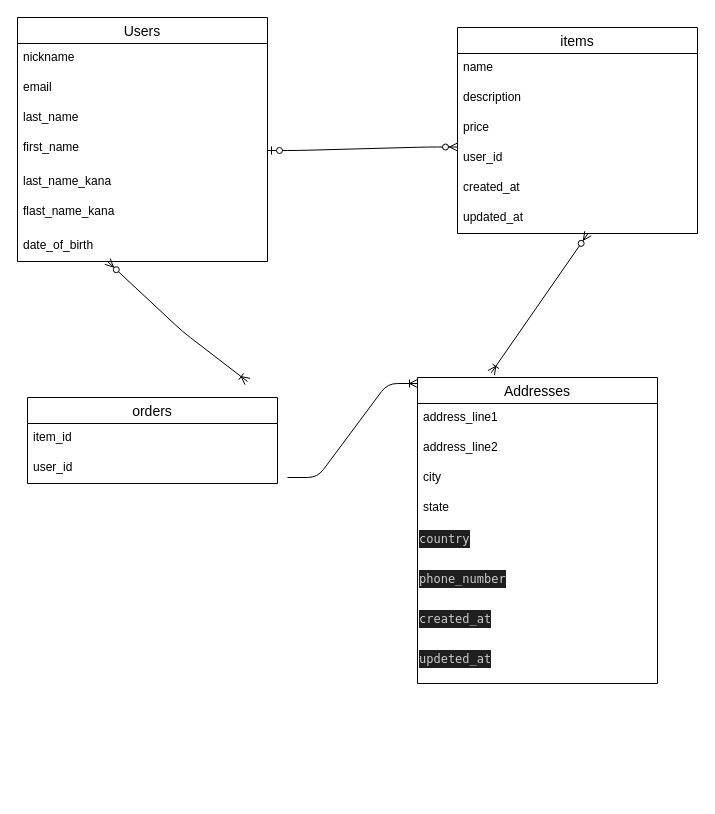
Before: page "ページ1" (1 of 2) of app/views/test.dio in asoy1206upi/furima-39647, a draw.io diagram. Source tidied: cells renumbered, new cells numbered last; positions are measured from the earlier drawing's top-left corner, leaving out a move shared by most shapes. Both pictures are drawn from the tidied source at 100%, with x=0, y=0 at pixel (17, 17).
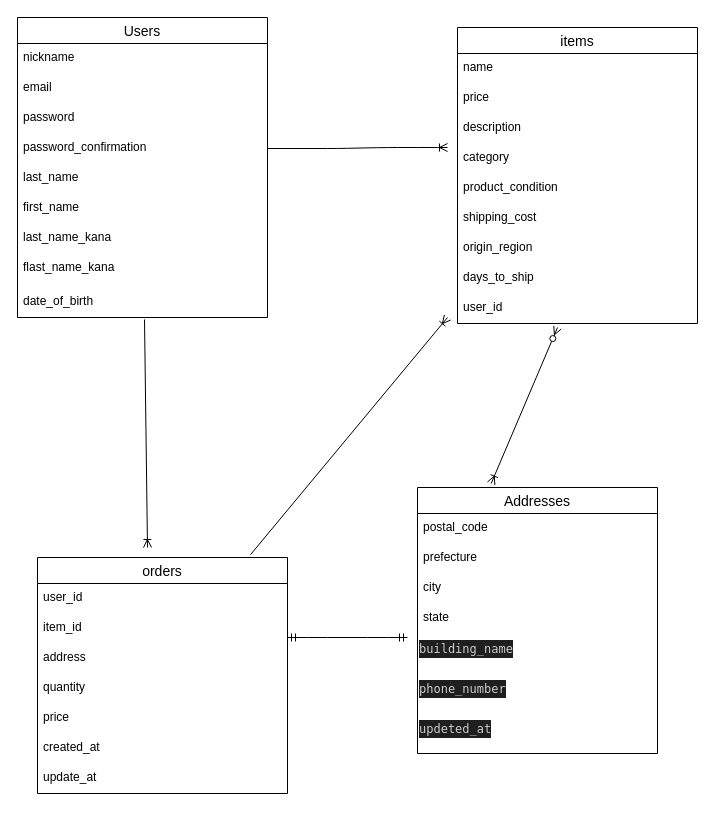
After the change.

What changed in the source:
```diff
@@
     <mxCell id="2" value="Users" style="swimlane;fontStyle=0;horizontal=1;startSize=26;align=center;fontSize=14;" parent="1" vertex="1">
-      <mxGeometry width="250" height="244" as="geometry" />
+      <mxGeometry width="250" height="300" as="geometry" />
     </mxCell>
@@
-    <mxCell id="5" value="last_name" style="text;strokeColor=none;fillColor=none;spacingLeft=4;spacingRight=4;overflow=hidden;fontSize=12;" parent="2" vertex="1">
+    <mxCell id="5" value="password" style="text;strokeColor=none;fillColor=none;spacingLeft=4;spacingRight=4;overflow=hidden;fontSize=12;" parent="2" vertex="1">
       <mxGeometry y="86" width="250" height="30" as="geometry" />
     </mxCell>
+    <mxCell id="33" value="password_confirmation" style="text;strokeColor=none;fillColor=none;spacingLeft=4;spacingRight=4;overflow=hidden;points=[[0,0.5],[1,0.5]];portConstraint=eastwest;fontSize=12;" parent="2" vertex="1">
+      <mxGeometry y="116" width="250" height="30" as="geometry" />
+    </mxCell>
+    <mxCell id="34" value="last_name" style="text;strokeColor=none;fillColor=none;spacingLeft=4;spacingRight=4;overflow=hidden;fontSize=12;" parent="2" vertex="1">
+      <mxGeometry y="146" width="250" height="30" as="geometry" />
+    </mxCell>
     <mxCell id="6" value="first_name" style="text;strokeColor=none;fillColor=none;spacingLeft=4;spacingRight=4;overflow=hidden;points=[[0,0.5],[1,0.5]];portConstraint=eastwest;fontSize=12;" parent="2" vertex="1">
-      <mxGeometry y="116" width="250" height="34" as="geometry" />
+      <mxGeometry y="176" width="250" height="30" as="geometry" />
     </mxCell>
     <mxCell id="7" value="last_name_kana" style="text;strokeColor=none;fillColor=none;spacingLeft=4;spacingRight=4;overflow=hidden;fontSize=12;" parent="2" vertex="1">
-      <mxGeometry y="150" width="250" height="30" as="geometry" />
+      <mxGeometry y="206" width="250" height="30" as="geometry" />
     </mxCell>
     <mxCell id="8" value="flast_name_kana" style="text;strokeColor=none;fillColor=none;spacingLeft=4;spacingRight=4;overflow=hidden;fontSize=12;" parent="2" vertex="1">
-      <mxGeometry y="180" width="250" height="34" as="geometry" />
+      <mxGeometry y="236" width="250" height="34" as="geometry" />
     </mxCell>
     <mxCell id="9" value="date_of_birth" style="text;strokeColor=none;fillColor=none;spacingLeft=4;spacingRight=4;overflow=hidden;points=[[0,0.5],[1,0.5]];portConstraint=eastwest;fontSize=12;" parent="2" vertex="1">
-      <mxGeometry y="214" width="250" height="30" as="geometry" />
+      <mxGeometry y="270" width="250" height="30" as="geometry" />
     </mxCell>
     <mxCell id="10" value="items" style="swimlane;fontStyle=0;horizontal=1;startSize=26;align=center;fontSize=14;" parent="1" vertex="1">
-      <mxGeometry x="440" y="10" width="240" height="206" as="geometry" />
+      <mxGeometry x="440" y="10" width="240" height="296" as="geometry" />
     </mxCell>
@@
+    <mxCell id="13" value="price" style="text;strokeColor=none;fillColor=none;spacingLeft=4;spacingRight=4;overflow=hidden;fontSize=12;" parent="10" vertex="1">
+      <mxGeometry y="56" width="240" height="30" as="geometry" />
+    </mxCell>
     <mxCell id="12" value="description" style="text;strokeColor=none;fillColor=none;spacingLeft=4;spacingRight=4;overflow=hidden;fontSize=12;" parent="10" vertex="1">
-      <mxGeometry y="56" width="240" height="30" as="geometry" />
+      <mxGeometry y="86" width="240" height="30" as="geometry" />
     </mxCell>
-    <mxCell id="13" value="price" style="text;strokeColor=none;fillColor=none;spacingLeft=4;spacingRight=4;overflow=hidden;fontSize=12;" parent="10" vertex="1">
-      <mxGeometry y="86" width="240" height="30" as="geometry" />
-    </mxCell>
-    <mxCell id="14" value="user_id" style="text;strokeColor=none;fillColor=none;spacingLeft=4;spacingRight=4;overflow=hidden;fontSize=12;" parent="10" vertex="1">
+    <mxCell id="14" value="category" style="text;strokeColor=none;fillColor=none;spacingLeft=4;spacingRight=4;overflow=hidden;fontSize=12;" parent="10" vertex="1">
       <mxGeometry y="116" width="240" height="30" as="geometry" />
     </mxCell>
-    <mxCell id="15" value="created_at" style="text;strokeColor=none;fillColor=none;spacingLeft=4;spacingRight=4;overflow=hidden;fontSize=12;" parent="10" vertex="1">
+    <mxCell id="15" value="product_condition" style="text;strokeColor=none;fillColor=none;spacingLeft=4;spacingRight=4;overflow=hidden;fontSize=12;" parent="10" vertex="1">
       <mxGeometry y="146" width="240" height="30" as="geometry" />
     </mxCell>
-    <mxCell id="16" value="updated_at" style="text;strokeColor=none;fillColor=none;spacingLeft=4;spacingRight=4;overflow=hidden;fontSize=12;" parent="10" vertex="1">
+    <mxCell id="16" value="shipping_cost" style="text;strokeColor=none;fillColor=none;spacingLeft=4;spacingRight=4;overflow=hidden;fontSize=12;" parent="10" vertex="1">
       <mxGeometry y="176" width="240" height="30" as="geometry" />
     </mxCell>
-    <mxCell id="17" style="edgeStyle=entityRelationEdgeStyle;fontSize=12;html=1;endArrow=ERzeroToMany;startArrow=ERzeroToOne;exitX=1;exitY=0.5;exitDx=0;exitDy=0;" parent="1" edge="1" source="6">
-      <mxGeometry relative="1" as="geometry">
-        <mxPoint x="440" y="129.5" as="targetPoint" />
-      </mxGeometry>
-    </mxCell>
-    <mxCell id="18" style="fontSize=12;html=1;endArrow=ERoneToMany;startArrow=ERzeroToMany;" parent="1" edge="1">
-      <mxGeometry relative="1" as="geometry">
-        <mxPoint x="90" y="244" as="sourcePoint" />
-        <mxPoint x="230" y="364" as="targetPoint" />
-        <Array as="points">
-          <mxPoint x="165" y="314" />
-        </Array>
-      </mxGeometry>
-    </mxCell>
+    <mxCell id="35" value="origin_region" style="text;strokeColor=none;fillColor=none;spacingLeft=4;spacingRight=4;overflow=hidden;fontSize=12;" parent="10" vertex="1">
+      <mxGeometry y="206" width="240" height="30" as="geometry" />
+    </mxCell>
+    <mxCell id="36" value="days_to_ship " style="text;strokeColor=none;fillColor=none;spacingLeft=4;spacingRight=4;overflow=hidden;fontSize=12;" parent="10" vertex="1">
+      <mxGeometry y="236" width="240" height="30" as="geometry" />
+    </mxCell>
+    <mxCell id="37" value="user_id" style="text;strokeColor=none;fillColor=none;spacingLeft=4;spacingRight=4;overflow=hidden;fontSize=12;" parent="10" vertex="1">
+      <mxGeometry y="266" width="240" height="30" as="geometry" />
+    </mxCell>
     <mxCell id="19" style="fontSize=12;html=1;endArrow=ERoneToMany;startArrow=ERzeroToMany;entryX=0.307;entryY=-0.015;entryDx=0;entryDy=0;entryPerimeter=0;" parent="1" edge="1" target="20">
       <mxGeometry relative="1" as="geometry">
-        <mxPoint x="570.5" y="216" as="sourcePoint" />
+        <mxPoint x="540" y="310" as="sourcePoint" />
       </mxGeometry>
     </mxCell>
     <mxCell id="20" value="Addresses" style="swimlane;fontStyle=0;horizontal=1;startSize=26;align=center;fontSize=14;" parent="1" vertex="1">
-      <mxGeometry x="400" y="360" width="240" height="306" as="geometry" />
+      <mxGeometry x="400" y="470" width="240" height="266" as="geometry" />
     </mxCell>
-    <mxCell id="21" value="address_line1" style="text;strokeColor=none;fillColor=none;spacingLeft=4;spacingRight=4;overflow=hidden;fontSize=12;" parent="20" vertex="1">
+    <mxCell id="21" value="postal_code" style="text;strokeColor=none;fillColor=none;spacingLeft=4;spacingRight=4;overflow=hidden;fontSize=12;" parent="20" vertex="1">
       <mxGeometry y="26" width="240" height="30" as="geometry" />
     </mxCell>
-    <mxCell id="22" value="address_line2" style="text;strokeColor=none;fillColor=none;spacingLeft=4;spacingRight=4;overflow=hidden;fontSize=12;" parent="20" vertex="1">
+    <mxCell id="22" value="prefecture" style="text;strokeColor=none;fillColor=none;spacingLeft=4;spacingRight=4;overflow=hidden;fontSize=12;" parent="20" vertex="1">
       <mxGeometry y="56" width="240" height="30" as="geometry" />
     </mxCell>
@@
-    <mxCell id="25" value="&lt;div style=&quot;color: rgb(204, 204, 204); background-color: rgb(31, 31, 31); font-family: Menlo, Monaco, &amp;quot;Courier New&amp;quot;, monospace; font-weight: normal; font-size: 12px; line-height: 18px;&quot;&gt;country&lt;/div&gt;" style="text;whiteSpace=wrap;html=1;" parent="20" vertex="1">
+    <mxCell id="25" value="&lt;div style=&quot;color: rgb(204, 204, 204); background-color: rgb(31, 31, 31); font-family: Menlo, Monaco, &amp;quot;Courier New&amp;quot;, monospace; font-weight: normal; font-size: 12px; line-height: 18px;&quot;&gt;&lt;div style=&quot;line-height: 18px;&quot;&gt;building_name&lt;/div&gt;&lt;/div&gt;" style="text;whiteSpace=wrap;html=1;" parent="20" vertex="1">
       <mxGeometry y="146" width="240" height="40" as="geometry" />
     </mxCell>
@@
-    <mxCell id="27" value="&lt;div style=&quot;color: rgb(204, 204, 204); background-color: rgb(31, 31, 31); font-family: Menlo, Monaco, &amp;quot;Courier New&amp;quot;, monospace; font-weight: normal; font-size: 12px; line-height: 18px;&quot;&gt;&lt;div&gt;&lt;span style=&quot;color: #cccccc;&quot;&gt;created_at &lt;/span&gt;&lt;/div&gt;&lt;/div&gt;" style="text;whiteSpace=wrap;html=1;" parent="20" vertex="1">
-      <mxGeometry y="226" width="240" height="40" as="geometry" />
-    </mxCell>
     <mxCell id="28" value="&lt;div style=&quot;color: rgb(204, 204, 204); background-color: rgb(31, 31, 31); font-family: Menlo, Monaco, &amp;quot;Courier New&amp;quot;, monospace; font-weight: normal; font-size: 12px; line-height: 18px;&quot;&gt;&lt;div&gt;&lt;span style=&quot;color: #cccccc;&quot;&gt;updeted_at &lt;/span&gt;&lt;/div&gt;&lt;/div&gt;" style="text;whiteSpace=wrap;html=1;" parent="20" vertex="1">
-      <mxGeometry y="266" width="240" height="40" as="geometry" />
+      <mxGeometry y="226" width="240" height="40" as="geometry" />
     </mxCell>
     <mxCell id="29" value="orders" style="swimlane;fontStyle=0;horizontal=1;startSize=26;align=center;fontSize=14;" parent="1" vertex="1">
-      <mxGeometry x="10" y="380" width="250" height="86" as="geometry" />
+      <mxGeometry x="20" y="540" width="250" height="236" as="geometry" />
     </mxCell>
+    <mxCell id="38" value="user_id" style="text;strokeColor=none;fillColor=none;spacingLeft=4;spacingRight=4;overflow=hidden;fontSize=12;" parent="29" vertex="1">
+      <mxGeometry y="26" width="250" height="30" as="geometry" />
+    </mxCell>
     <mxCell id="30" value="item_id" style="text;strokeColor=none;fillColor=none;spacingLeft=4;spacingRight=4;overflow=hidden;fontSize=12;" parent="29" vertex="1">
-      <mxGeometry y="26" width="250" height="30" as="geometry" />
+      <mxGeometry y="56" width="250" height="30" as="geometry" />
     </mxCell>
+    <mxCell id="39" value="address" style="text;strokeColor=none;fillColor=none;spacingLeft=4;spacingRight=4;overflow=hidden;fontSize=12;" parent="29" vertex="1">
+      <mxGeometry y="86" width="250" height="30" as="geometry" />
+    </mxCell>
-    <mxCell id="31" value="user_id" style="text;strokeColor=none;fillColor=none;spacingLeft=4;spacingRight=4;overflow=hidden;fontSize=12;" parent="29" vertex="1">
-      <mxGeometry y="56" width="250" height="30" as="geometry" />
+    <mxCell id="31" value="quantity" style="text;strokeColor=none;fillColor=none;spacingLeft=4;spacingRight=4;overflow=hidden;fontSize=12;" parent="29" vertex="1">
+      <mxGeometry y="116" width="250" height="30" as="geometry" />
     </mxCell>
+    <mxCell id="40" value="price" style="text;strokeColor=none;fillColor=none;spacingLeft=4;spacingRight=4;overflow=hidden;fontSize=12;" parent="29" vertex="1">
+      <mxGeometry y="146" width="250" height="30" as="geometry" />
+    </mxCell>
+    <mxCell id="27" value="created_at" style="text;strokeColor=none;fillColor=none;spacingLeft=4;spacingRight=4;overflow=hidden;fontSize=12;" parent="29" vertex="1">
+      <mxGeometry y="176" width="250" height="30" as="geometry" />
+    </mxCell>
+    <mxCell id="41" value="update_at" style="text;strokeColor=none;fillColor=none;spacingLeft=4;spacingRight=4;overflow=hidden;fontSize=12;" parent="29" vertex="1">
+      <mxGeometry y="206" width="250" height="30" as="geometry" />
+    </mxCell>
-    <mxCell id="32" style="edgeStyle=entityRelationEdgeStyle;fontSize=12;html=1;endArrow=ERoneToMany;" parent="1" edge="1">
+    <mxCell id="32" style="fontSize=12;html=1;endArrow=ERoneToMany;exitX=0.852;exitY=-0.012;exitDx=0;exitDy=0;exitPerimeter=0;" parent="1" edge="1" source="29">
       <mxGeometry relative="1" as="geometry">
-        <mxPoint x="270" y="460" as="sourcePoint" />
-        <mxPoint x="400" y="366" as="targetPoint" />
+        <mxPoint x="430" y="300" as="targetPoint" />
       </mxGeometry>
     </mxCell>
+    <mxCell id="42" style="fontSize=12;html=1;endArrow=ERoneToMany;exitX=0.508;exitY=1.067;exitDx=0;exitDy=0;exitPerimeter=0;" parent="1" edge="1" source="9">
+      <mxGeometry relative="1" as="geometry">
+        <mxPoint x="130" y="530" as="targetPoint" />
+      </mxGeometry>
+    </mxCell>
+    <mxCell id="43" style="edgeStyle=entityRelationEdgeStyle;fontSize=12;html=1;endArrow=ERmandOne;startArrow=ERmandOne;" parent="1" edge="1">
+      <mxGeometry relative="1" as="geometry">
+        <mxPoint x="270" y="620" as="sourcePoint" />
+        <mxPoint x="390" y="620" as="targetPoint" />
+      </mxGeometry>
+    </mxCell>
+    <mxCell id="44" style="fontSize=12;html=1;endArrow=ERoneToMany;exitX=1;exitY=0.5;exitDx=0;exitDy=0;" parent="1" edge="1" source="33">
+      <mxGeometry relative="1" as="geometry">
+        <mxPoint x="430" y="130" as="targetPoint" />
+        <Array as="points">
+          <mxPoint x="320" y="131" />
+          <mxPoint x="370" y="130" />
+          <mxPoint x="410" y="130" />
+        </Array>
+      </mxGeometry>
+    </mxCell>
```
